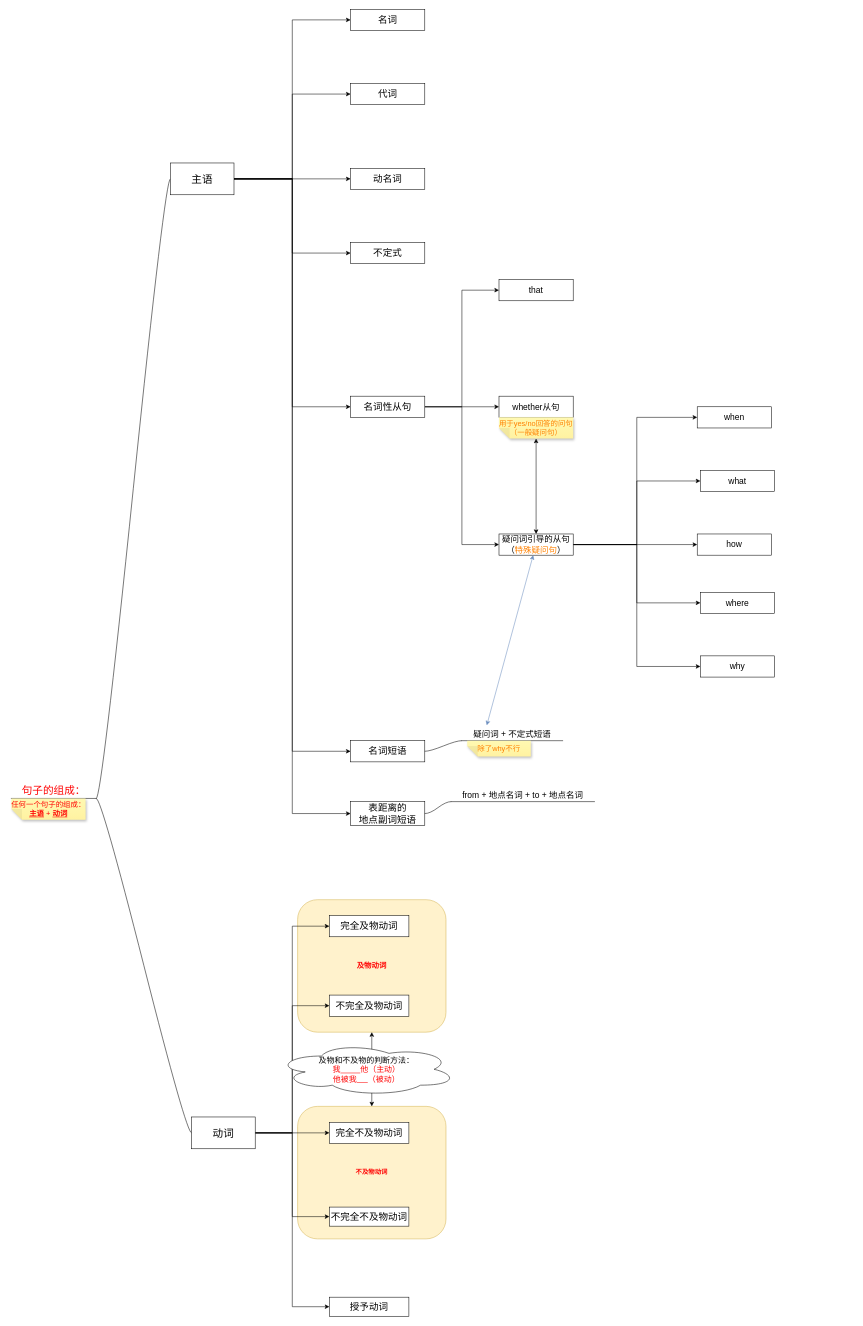
Before: LearningEnglish.drawio in hoyeziyu/Hello_World, a draw.io diagram. Source tidied: cells renumbered, new cells numbered last; positions are measured from the earlier drawing's top-left corner, leaving out a move shared by most shapes. Both pictures are drawn from the tidied source at 53%, with x=0, y=0 at pixel (11, 9).
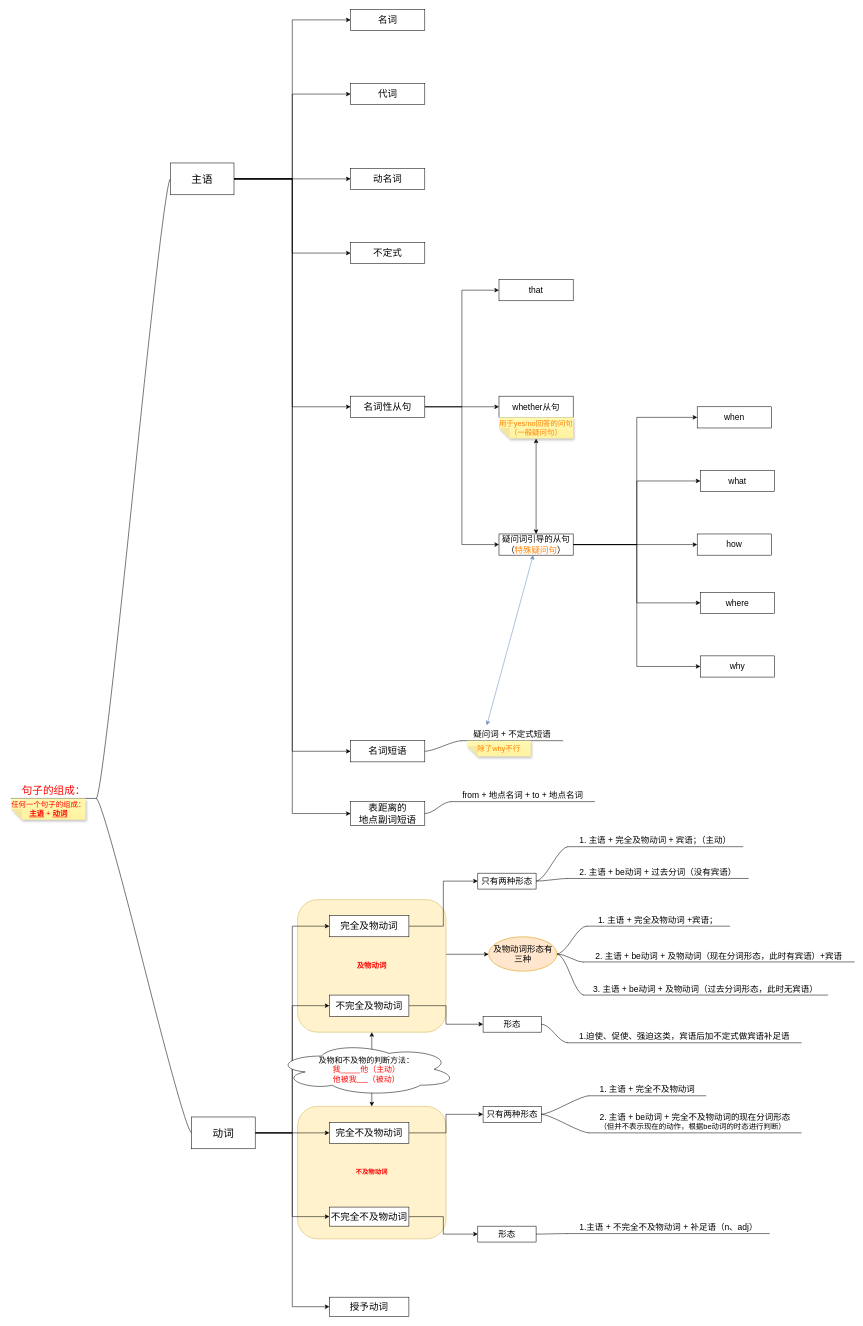
The same diagram, later.

Unchanged cells that the change refers to:
```xml
<mxCell id="3" value="&lt;font style=&quot;font-size: 14px; color: rgb(255, 0, 0);&quot;&gt;&lt;b&gt;及物动词&lt;/b&gt;&lt;/font&gt;" style="rounded=1;whiteSpace=wrap;html=1;fillColor=#fff2cc;strokeColor=#d6b656;" parent="1" vertex="1">
  <mxGeometry x="540" y="1680" width="280" height="250" as="geometry" />
</mxCell>
<mxCell id="55" value="&lt;span style=&quot;font-size: 18px;&quot;&gt;完全及物动词&lt;/span&gt;" style="rounded=0;whiteSpace=wrap;html=1;" parent="1" vertex="1">
  <mxGeometry x="600" y="1710" width="150" height="40" as="geometry" />
</mxCell>
<mxCell id="56" value="&lt;span style=&quot;font-size: 18px;&quot;&gt;不完全及物动词&lt;/span&gt;" style="rounded=0;whiteSpace=wrap;html=1;" parent="1" vertex="1">
  <mxGeometry x="600" y="1860" width="150" height="40" as="geometry" />
</mxCell>
<mxCell id="57" value="&lt;span style=&quot;font-size: 18px;&quot;&gt;不完全不及物动词&lt;/span&gt;" style="rounded=0;whiteSpace=wrap;html=1;" parent="1" vertex="1">
  <mxGeometry x="600" y="2260" width="150" height="36" as="geometry" />
</mxCell>
<mxCell id="58" value="&lt;span style=&quot;font-size: 18px;&quot;&gt;完全不及物动词&lt;/span&gt;" style="rounded=0;whiteSpace=wrap;html=1;" parent="1" vertex="1">
  <mxGeometry x="600" y="2100" width="150" height="40" as="geometry" />
</mxCell>
```

What changed in the source:
```diff
@@
+    <mxCell id="62" style="edgeStyle=orthogonalEdgeStyle;rounded=0;jettySize=auto;html=1;" parent="1" edge="1" source="3" target="83">
+      <mxGeometry relative="1" as="geometry">
+        <Array as="points">
+          <mxPoint x="850" y="1783" />
+          <mxPoint x="850" y="1783" />
+        </Array>
+      </mxGeometry>
+    </mxCell>
@@
+    <mxCell id="63" style="edgeStyle=orthogonalEdgeStyle;rounded=0;jettySize=auto;html=1;entryX=0;entryY=0.5;entryDx=0;entryDy=0;" parent="1" edge="1" source="55" target="67">
+      <mxGeometry relative="1" as="geometry" />
+    </mxCell>
@@
+    <mxCell id="64" style="edgeStyle=orthogonalEdgeStyle;rounded=0;jettySize=auto;html=1;" parent="1" edge="1" source="56" target="80">
+      <mxGeometry relative="1" as="geometry" />
+    </mxCell>
@@
+    <mxCell id="65" style="edgeStyle=orthogonalEdgeStyle;rounded=0;jettySize=auto;html=1;" parent="1" edge="1" source="57" target="77">
+      <mxGeometry relative="1" as="geometry" />
+    </mxCell>
@@
+    <mxCell id="66" style="edgeStyle=orthogonalEdgeStyle;rounded=0;jettySize=auto;html=1;" parent="1" edge="1" source="58" target="72">
+      <mxGeometry relative="1" as="geometry" />
+    </mxCell>
@@
+    <mxCell id="67" value="&lt;span style=&quot;font-size: 16px;&quot;&gt;只有两种形态&lt;/span&gt;" style="rounded=0;whiteSpace=wrap;html=1;" parent="1" vertex="1">
+      <mxGeometry x="880" y="1630" width="110" height="30" as="geometry" />
+    </mxCell>
+    <mxCell id="68" style="edgeStyle=entityRelationEdgeStyle;rounded=0;jettySize=auto;html=1;startArrow=none;endArrow=none;segment=10;curved=1;sourcePerimeterSpacing=0;targetPerimeterSpacing=0;" parent="1" edge="1" source="69" target="67">
+      <mxGeometry relative="1" as="geometry" />
+    </mxCell>
+    <mxCell id="69" value="&lt;div style=&quot;text-align: start;&quot;&gt;&lt;font style=&quot;font-size: 16px;&quot;&gt;1. 主语 + 完全及物动词 + 宾语；（主动）&lt;/font&gt;&lt;/div&gt;" style="whiteSpace=wrap;html=1;shape=partialRectangle;top=0;left=0;bottom=1;right=0;points=[[0,1],[1,1]];fillColor=none;align=center;verticalAlign=bottom;routingCenterY=0.5;snapToPoint=1;newEdgeStyle={&quot;edgeStyle&quot;:&quot;entityRelationEdgeStyle&quot;,&quot;startArrow&quot;:&quot;none&quot;,&quot;endArrow&quot;:&quot;none&quot;,&quot;segment&quot;:10,&quot;curved&quot;:1,&quot;sourcePerimeterSpacing&quot;:0,&quot;targetPerimeterSpacing&quot;:0};" parent="1" vertex="1">
+      <mxGeometry x="1050" y="1550" width="330" height="30" as="geometry" />
+    </mxCell>
+    <mxCell id="70" style="edgeStyle=entityRelationEdgeStyle;rounded=0;jettySize=auto;html=1;startArrow=none;endArrow=none;segment=10;curved=1;sourcePerimeterSpacing=0;targetPerimeterSpacing=0;" parent="1" edge="1" source="71" target="67">
+      <mxGeometry relative="1" as="geometry" />
+    </mxCell>
+    <mxCell id="71" value="&lt;div style=&quot;text-align: start;&quot;&gt;&lt;font style=&quot;font-size: 16px;&quot;&gt;2. 主语 + be动词 + 过去分词&lt;/font&gt;&lt;span style=&quot;font-size: 16px; background-color: transparent; color: light-dark(rgb(0, 0, 0), rgb(255, 255, 255));&quot;&gt;（没有宾语）&lt;/span&gt;&lt;/div&gt;" style="whiteSpace=wrap;html=1;shape=partialRectangle;top=0;left=0;bottom=1;right=0;points=[[0,1],[1,1]];fillColor=none;align=center;verticalAlign=bottom;routingCenterY=0.5;snapToPoint=1;newEdgeStyle={&quot;edgeStyle&quot;:&quot;entityRelationEdgeStyle&quot;,&quot;startArrow&quot;:&quot;none&quot;,&quot;endArrow&quot;:&quot;none&quot;,&quot;segment&quot;:10,&quot;curved&quot;:1,&quot;sourcePerimeterSpacing&quot;:0,&quot;targetPerimeterSpacing&quot;:0};" parent="1" vertex="1">
+      <mxGeometry x="1050" y="1610" width="340" height="30" as="geometry" />
+    </mxCell>
+    <mxCell id="72" value="&lt;span style=&quot;font-size: 16px;&quot;&gt;只有两种形态&lt;/span&gt;" style="rounded=0;whiteSpace=wrap;html=1;" parent="1" vertex="1">
+      <mxGeometry x="890" y="2070" width="110" height="30" as="geometry" />
+    </mxCell>
+    <mxCell id="73" style="edgeStyle=entityRelationEdgeStyle;rounded=0;jettySize=auto;html=1;startArrow=none;endArrow=none;segment=10;curved=1;sourcePerimeterSpacing=0;targetPerimeterSpacing=0;" parent="1" edge="1" source="74" target="72">
+      <mxGeometry relative="1" as="geometry" />
+    </mxCell>
+    <mxCell id="74" value="&lt;div style=&quot;text-align: start;&quot;&gt;&lt;font style=&quot;font-size: 16px;&quot;&gt;1. 主语 + 完全不及物动词&lt;/font&gt;&lt;/div&gt;" style="whiteSpace=wrap;html=1;shape=partialRectangle;top=0;left=0;bottom=1;right=0;points=[[0,1],[1,1]];fillColor=none;align=center;verticalAlign=bottom;routingCenterY=0.5;snapToPoint=1;newEdgeStyle={&quot;edgeStyle&quot;:&quot;entityRelationEdgeStyle&quot;,&quot;startArrow&quot;:&quot;none&quot;,&quot;endArrow&quot;:&quot;none&quot;,&quot;segment&quot;:10,&quot;curved&quot;:1,&quot;sourcePerimeterSpacing&quot;:0,&quot;targetPerimeterSpacing&quot;:0};" parent="1" vertex="1">
+      <mxGeometry x="1090" y="2020" width="220" height="30" as="geometry" />
+    </mxCell>
+    <mxCell id="75" style="edgeStyle=entityRelationEdgeStyle;rounded=0;jettySize=auto;html=1;startArrow=none;endArrow=none;segment=10;curved=1;sourcePerimeterSpacing=0;targetPerimeterSpacing=0;" parent="1" edge="1" source="76" target="72">
+      <mxGeometry relative="1" as="geometry" />
+    </mxCell>
+    <mxCell id="76" value="&lt;div style=&quot;text-align: start;&quot;&gt;&lt;font style=&quot;font-size: 16px;&quot;&gt;2. 主语 + be动词 + 完全不及物动词的现在分词形态&lt;/font&gt;&lt;/div&gt;&lt;div style=&quot;text-align: start;&quot;&gt;&lt;font style=&quot;font-size: 14px; color: light-dark(rgb(0, 0, 0), rgb(255, 128, 0));&quot;&gt;（但并不表示现在的动作，根据be动词的时态进行判断）&lt;/font&gt;&lt;/div&gt;" style="whiteSpace=wrap;html=1;shape=partialRectangle;top=0;left=0;bottom=1;right=0;points=[[0,1],[1,1]];fillColor=none;align=center;verticalAlign=bottom;routingCenterY=0.5;snapToPoint=1;newEdgeStyle={&quot;edgeStyle&quot;:&quot;entityRelationEdgeStyle&quot;,&quot;startArrow&quot;:&quot;none&quot;,&quot;endArrow&quot;:&quot;none&quot;,&quot;segment&quot;:10,&quot;curved&quot;:1,&quot;sourcePerimeterSpacing&quot;:0,&quot;targetPerimeterSpacing&quot;:0};" parent="1" vertex="1">
+      <mxGeometry x="1090" y="2070" width="400" height="50" as="geometry" />
+    </mxCell>
+    <mxCell id="77" value="&lt;span style=&quot;font-size: 16px;&quot;&gt;形态&lt;/span&gt;" style="rounded=0;whiteSpace=wrap;html=1;" parent="1" vertex="1">
+      <mxGeometry x="880" y="2296" width="110" height="30" as="geometry" />
+    </mxCell>
+    <mxCell id="78" style="edgeStyle=entityRelationEdgeStyle;rounded=0;jettySize=auto;html=1;startArrow=none;endArrow=none;segment=10;curved=1;sourcePerimeterSpacing=0;targetPerimeterSpacing=0;" parent="1" edge="1" source="79" target="77">
+      <mxGeometry relative="1" as="geometry" />
+    </mxCell>
+    <mxCell id="79" value="&lt;div style=&quot;text-align: start;&quot;&gt;&lt;font style=&quot;font-size: 16px;&quot;&gt;1.主语 + 不完全不及物动词 + 补足语（n、adj）&lt;/font&gt;&lt;/div&gt;" style="whiteSpace=wrap;html=1;shape=partialRectangle;top=0;left=0;bottom=1;right=0;points=[[0,1],[1,1]];fillColor=none;align=center;verticalAlign=bottom;routingCenterY=0.5;snapToPoint=1;newEdgeStyle={&quot;edgeStyle&quot;:&quot;entityRelationEdgeStyle&quot;,&quot;startArrow&quot;:&quot;none&quot;,&quot;endArrow&quot;:&quot;none&quot;,&quot;segment&quot;:10,&quot;curved&quot;:1,&quot;sourcePerimeterSpacing&quot;:0,&quot;targetPerimeterSpacing&quot;:0};" parent="1" vertex="1">
+      <mxGeometry x="1050" y="2280" width="380" height="30" as="geometry" />
+    </mxCell>
+    <mxCell id="80" value="&lt;span style=&quot;font-size: 16px;&quot;&gt;形态&lt;/span&gt;" style="rounded=0;whiteSpace=wrap;html=1;" parent="1" vertex="1">
+      <mxGeometry x="890" y="1900" width="110" height="30" as="geometry" />
+    </mxCell>
+    <mxCell id="81" style="edgeStyle=entityRelationEdgeStyle;rounded=0;jettySize=auto;html=1;startArrow=none;endArrow=none;segment=10;curved=1;sourcePerimeterSpacing=0;targetPerimeterSpacing=0;" parent="1" edge="1" source="82" target="80">
+      <mxGeometry relative="1" as="geometry" />
+    </mxCell>
+    <mxCell id="82" value="&lt;div style=&quot;text-align: start;&quot;&gt;&lt;font style=&quot;font-size: 16px;&quot;&gt;1.迫使、促使、强迫这类，宾语后加&lt;font style=&quot;color: light-dark(rgb(0, 0, 0), rgb(255, 128, 0));&quot;&gt;不定式&lt;/font&gt;做宾语补足语&lt;/font&gt;&lt;/div&gt;" style="whiteSpace=wrap;html=1;shape=partialRectangle;top=0;left=0;bottom=1;right=0;points=[[0,1],[1,1]];fillColor=none;align=center;verticalAlign=bottom;routingCenterY=0.5;snapToPoint=1;newEdgeStyle={&quot;edgeStyle&quot;:&quot;entityRelationEdgeStyle&quot;,&quot;startArrow&quot;:&quot;none&quot;,&quot;endArrow&quot;:&quot;none&quot;,&quot;segment&quot;:10,&quot;curved&quot;:1,&quot;sourcePerimeterSpacing&quot;:0,&quot;targetPerimeterSpacing&quot;:0};" parent="1" vertex="1">
+      <mxGeometry x="1050" y="1920" width="440" height="30" as="geometry" />
+    </mxCell>
+    <mxCell id="83" value="&lt;span style=&quot;font-size: 16px;&quot;&gt;及物动词形态有三种&lt;/span&gt;" style="ellipse;whiteSpace=wrap;html=1;fillColor=#ffe6cc;strokeColor=#d79b00;" parent="1" vertex="1">
+      <mxGeometry x="900.5" y="1750" width="129" height="65" as="geometry" />
+    </mxCell>
+    <mxCell id="84" style="edgeStyle=entityRelationEdgeStyle;rounded=0;jettySize=auto;html=1;startArrow=none;endArrow=none;segment=10;curved=1;sourcePerimeterSpacing=0;targetPerimeterSpacing=0;" parent="1" edge="1" source="85" target="83">
+      <mxGeometry relative="1" as="geometry" />
+    </mxCell>
+    <mxCell id="85" value="&lt;div style=&quot;text-align: start;&quot;&gt;&lt;font style=&quot;font-size: 16px;&quot;&gt;1. 主语 + 完全及物动词 +宾语；&#9;&lt;/font&gt;&lt;/div&gt;" style="whiteSpace=wrap;html=1;shape=partialRectangle;top=0;left=0;bottom=1;right=0;points=[[0,1],[1,1]];fillColor=none;align=center;verticalAlign=bottom;routingCenterY=0.5;snapToPoint=1;newEdgeStyle={&quot;edgeStyle&quot;:&quot;entityRelationEdgeStyle&quot;,&quot;startArrow&quot;:&quot;none&quot;,&quot;endArrow&quot;:&quot;none&quot;,&quot;segment&quot;:10,&quot;curved&quot;:1,&quot;sourcePerimeterSpacing&quot;:0,&quot;targetPerimeterSpacing&quot;:0};" parent="1" vertex="1">
+      <mxGeometry x="1085" y="1700" width="270" height="30" as="geometry" />
+    </mxCell>
+    <mxCell id="86" style="edgeStyle=entityRelationEdgeStyle;rounded=0;jettySize=auto;html=1;startArrow=none;endArrow=none;segment=10;curved=1;sourcePerimeterSpacing=0;targetPerimeterSpacing=0;" parent="1" edge="1" source="87" target="83">
+      <mxGeometry relative="1" as="geometry" />
+    </mxCell>
+    <mxCell id="87" value="&lt;div style=&quot;text-align: start;&quot;&gt;&lt;font style=&quot;font-size: 16px;&quot;&gt;2. 主语 + be动词 + 及物动词（现在分词形态，此时有宾语）+宾语&lt;/font&gt;&lt;/div&gt;" style="whiteSpace=wrap;html=1;shape=partialRectangle;top=0;left=0;bottom=1;right=0;points=[[0,1],[1,1]];fillColor=none;align=center;verticalAlign=bottom;routingCenterY=0.5;snapToPoint=1;newEdgeStyle={&quot;edgeStyle&quot;:&quot;entityRelationEdgeStyle&quot;,&quot;startArrow&quot;:&quot;none&quot;,&quot;endArrow&quot;:&quot;none&quot;,&quot;segment&quot;:10,&quot;curved&quot;:1,&quot;sourcePerimeterSpacing&quot;:0,&quot;targetPerimeterSpacing&quot;:0};" parent="1" vertex="1">
+      <mxGeometry x="1080" y="1767.5" width="510" height="30" as="geometry" />
+    </mxCell>
+    <mxCell id="88" style="edgeStyle=entityRelationEdgeStyle;rounded=0;jettySize=auto;html=1;startArrow=none;endArrow=none;segment=10;curved=1;sourcePerimeterSpacing=0;targetPerimeterSpacing=0;" parent="1" edge="1" source="89" target="83">
+      <mxGeometry relative="1" as="geometry" />
+    </mxCell>
+    <mxCell id="89" value="&lt;div style=&quot;text-align: start;&quot;&gt;&lt;font style=&quot;font-size: 16px;&quot;&gt;3. 主语 + be动词 + 及物动词（过去分词形态，此时无宾语）&lt;/font&gt;&lt;/div&gt;" style="whiteSpace=wrap;html=1;shape=partialRectangle;top=0;left=0;bottom=1;right=0;points=[[0,1],[1,1]];fillColor=none;align=center;verticalAlign=bottom;routingCenterY=0.5;snapToPoint=1;newEdgeStyle={&quot;edgeStyle&quot;:&quot;entityRelationEdgeStyle&quot;,&quot;startArrow&quot;:&quot;none&quot;,&quot;endArrow&quot;:&quot;none&quot;,&quot;segment&quot;:10,&quot;curved&quot;:1,&quot;sourcePerimeterSpacing&quot;:0,&quot;targetPerimeterSpacing&quot;:0};" parent="1" vertex="1">
+      <mxGeometry x="1080" y="1830" width="460" height="30" as="geometry" />
+    </mxCell>
```
